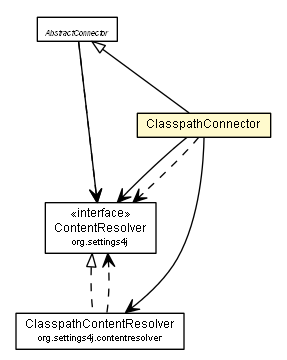
Above: archiv/2.1-SNAPSHOT/apidocs/org/settings4j/connector/ClasspathConnector.png in brabenetz/settings4j (Graphviz), before the change. Its source is kept beside it as archiv/2.1-SNAPSHOT/apidocs/org/settings4j/connector/ClasspathConnector.dot.
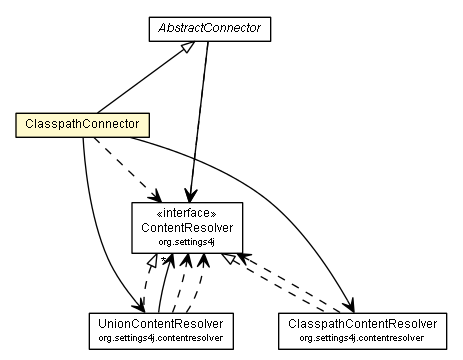
The same diagram one commit later.

Change to the diagram source:
```diff
@@ -4,35 +4,45 @@
 	node [fontname="arial",fontsize=10,shape=plaintext];
 	nodesep=0.25;
 	ranksep=0.5;
-	c1097 [label=<<table title="org.settings4j.connector.ClasspathConnector" border="0" cellborder="1" cellspacing="0" cellpadding="2" port="p" bgcolor="lemonChiffon" href="./ClasspathConnector.html">
+	c1098 [label=<<table title="org.settings4j.connector.ClasspathConnector" border="0" cellborder="1" cellspacing="0" cellpadding="2" port="p" bgcolor="lemonChiffon" href="./ClasspathConnector.html">
 		<tr><td><table border="0" cellspacing="0" cellpadding="1">
 <tr><td align="center" balign="center"> ClasspathConnector </td></tr>
 		</table></td></tr>
 		</table>>, URL="./ClasspathConnector.html", fontname="arial", fontcolor="black", fontsize=9.0];
-	c1100 [label=<<table title="org.settings4j.connector.AbstractConnector" border="0" cellborder="1" cellspacing="0" cellpadding="2" port="p" href="./AbstractConnector.html">
+	c1101 [label=<<table title="org.settings4j.connector.AbstractConnector" border="0" cellborder="1" cellspacing="0" cellpadding="2" port="p" href="./AbstractConnector.html">
 		<tr><td><table border="0" cellspacing="0" cellpadding="1">
 <tr><td align="center" balign="center"><font face="arial italic"> AbstractConnector </font></td></tr>
 		</table></td></tr>
 		</table>>, URL="./AbstractConnector.html", fontname="arial", fontcolor="black", fontsize=9.0];
-	c1107 [label=<<table title="org.settings4j.ContentResolver" border="0" cellborder="1" cellspacing="0" cellpadding="2" port="p" href="../ContentResolver.html">
+	c1108 [label=<<table title="org.settings4j.ContentResolver" border="0" cellborder="1" cellspacing="0" cellpadding="2" port="p" href="../ContentResolver.html">
 		<tr><td><table border="0" cellspacing="0" cellpadding="1">
 <tr><td align="center" balign="center"> &#171;interface&#187; </td></tr>
 <tr><td align="center" balign="center"> ContentResolver </td></tr>
 <tr><td align="center" balign="center"><font point-size="7.0"> org.settings4j </font></td></tr>
 		</table></td></tr>
 		</table>>, URL="../ContentResolver.html", fontname="arial", fontcolor="black", fontsize=9.0];
-	c1115 [label=<<table title="org.settings4j.contentresolver.ClasspathContentResolver" border="0" cellborder="1" cellspacing="0" cellpadding="2" port="p" href="../contentresolver/ClasspathContentResolver.html">
+	c1113 [label=<<table title="org.settings4j.contentresolver.UnionContentResolver" border="0" cellborder="1" cellspacing="0" cellpadding="2" port="p" href="../contentresolver/UnionContentResolver.html">
+		<tr><td><table border="0" cellspacing="0" cellpadding="1">
+<tr><td align="center" balign="center"> UnionContentResolver </td></tr>
+<tr><td align="center" balign="center"><font point-size="7.0"> org.settings4j.contentresolver </font></td></tr>
+		</table></td></tr>
+		</table>>, URL="../contentresolver/UnionContentResolver.html", fontname="arial", fontcolor="black", fontsize=9.0];
+	c1116 [label=<<table title="org.settings4j.contentresolver.ClasspathContentResolver" border="0" cellborder="1" cellspacing="0" cellpadding="2" port="p" href="../contentresolver/ClasspathContentResolver.html">
 		<tr><td><table border="0" cellspacing="0" cellpadding="1">
 <tr><td align="center" balign="center"> ClasspathContentResolver </td></tr>
 <tr><td align="center" balign="center"><font point-size="7.0"> org.settings4j.contentresolver </font></td></tr>
 		</table></td></tr>
 		</table>>, URL="../contentresolver/ClasspathContentResolver.html", fontname="arial", fontcolor="black", fontsize=9.0];
-	c1100:p -> c1097:p [dir=back,arrowtail=empty];
-	c1107:p -> c1115:p [dir=back,arrowtail=empty,style=dashed];
-	c1097:p -> c1115:p [taillabel="", label="", headlabel="", fontname="arial", fontcolor="black", fontsize=10.0, color="black", arrowhead=open];
-	c1097:p -> c1107:p [taillabel="", label="", headlabel="", fontname="arial", fontcolor="black", fontsize=10.0, color="black", arrowhead=open];
-	c1100:p -> c1107:p [taillabel="", label="", headlabel="", fontname="arial", fontcolor="black", fontsize=10.0, color="black", arrowhead=open];
-	c1097:p -> c1107:p [taillabel="", label="", headlabel="", fontname="arial", fontcolor="black", fontsize=10.0, color="black", arrowhead=open, style=dashed];
-	c1100:p -> c1107:p [taillabel="", label="", headlabel="", fontname="arial", fontcolor="black", fontsize=10.0, color="black", arrowhead=open, style=dashed];
-	c1115:p -> c1107:p [taillabel="", label="", headlabel="", fontname="arial", fontcolor="black", fontsize=10.0, color="black", arrowhead=open, style=dashed];
+	c1101:p -> c1098:p [dir=back,arrowtail=empty];
+	c1108:p -> c1113:p [dir=back,arrowtail=empty,style=dashed];
+	c1108:p -> c1116:p [dir=back,arrowtail=empty,style=dashed];
+	c1098:p -> c1116:p [taillabel="", label="", headlabel="", fontname="arial", fontcolor="black", fontsize=10.0, color="black", arrowhead=open];
+	c1098:p -> c1113:p [taillabel="", label="", headlabel="", fontname="arial", fontcolor="black", fontsize=10.0, color="black", arrowhead=open];
+	c1101:p -> c1108:p [taillabel="", label="", headlabel="", fontname="arial", fontcolor="black", fontsize=10.0, color="black", arrowhead=open];
+	c1113:p -> c1108:p [taillabel="", label="", headlabel="*", fontname="arial", fontcolor="black", fontsize=10.0, color="black", arrowhead=open];
+	c1098:p -> c1108:p [taillabel="", label="", headlabel="", fontname="arial", fontcolor="black", fontsize=10.0, color="black", arrowhead=open, style=dashed];
+	c1101:p -> c1108:p [taillabel="", label="", headlabel="", fontname="arial", fontcolor="black", fontsize=10.0, color="black", arrowhead=open, style=dashed];
+	c1113:p -> c1108:p [taillabel="", label="", headlabel="", fontname="arial", fontcolor="black", fontsize=10.0, color="black", arrowhead=open, style=dashed];
+	c1113:p -> c1108:p [taillabel="", label="", headlabel="", fontname="arial", fontcolor="black", fontsize=10.0, color="black", arrowhead=open, style=dashed];
+	c1116:p -> c1108:p [taillabel="", label="", headlabel="", fontname="arial", fontcolor="black", fontsize=10.0, color="black", arrowhead=open, style=dashed];
 }
```
